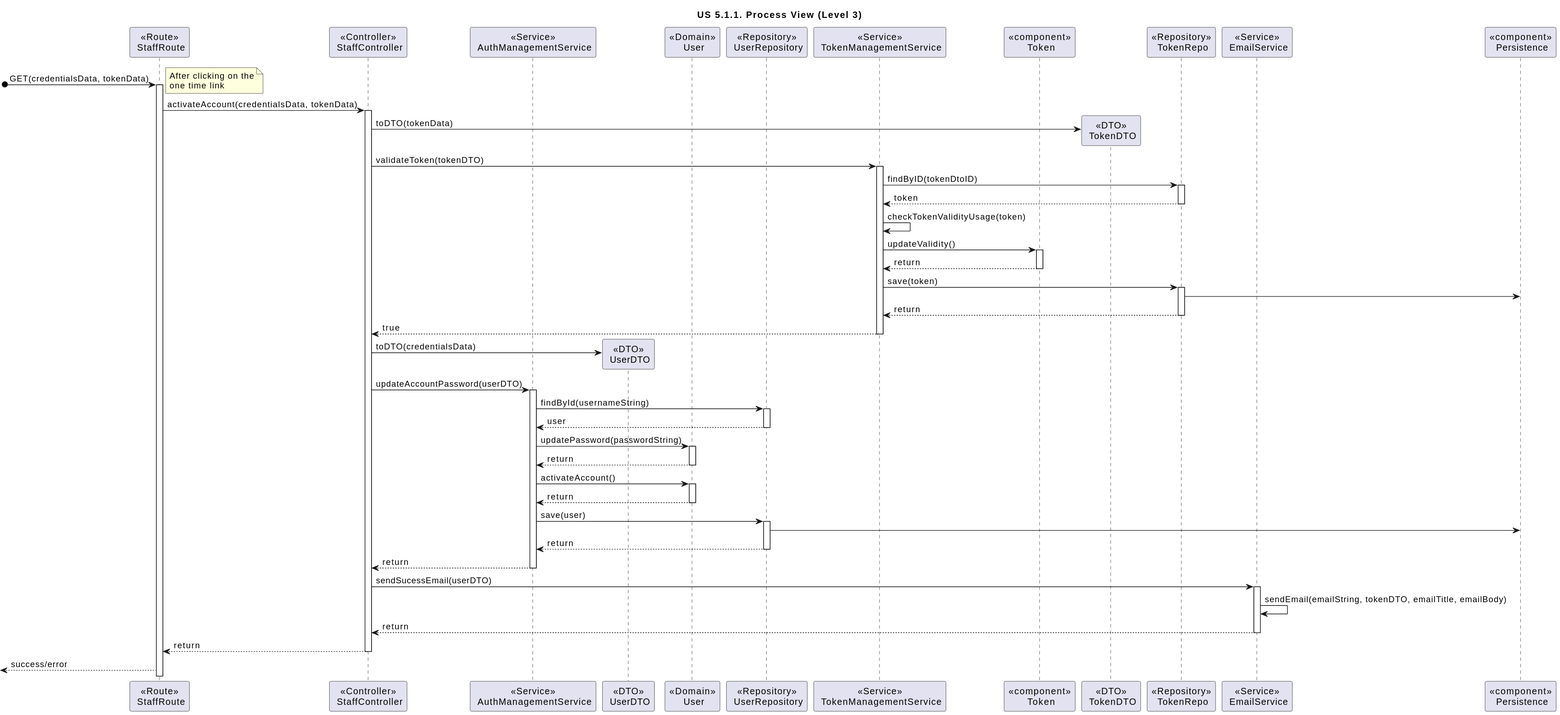
This is docs/sprint-1/1220738/us-5.1.1/Diagrams/Views/process-view-level-3-STAFF.svg from rita-barbosa/LAPR5-2425, a PlantUML export, as it was before one commit. The source it was exported from:
```plantuml
@startuml
title "US 5.1.1. Process View (Level 3)"

participant "<<Route>>\n StaffRoute" as ROUTE
participant "<<Controller>>\n StaffController" as CONTROL

participant "<<Service>>\n AuthManagementService" as AUTHServ


participant "<<DTO>>\n UserDTO" as UserDTO
participant "<<Domain>>\n User" as USER
participant "<<Repository>>\n UserRepository" as AUTHRepo

participant "<<Service>>\n TokenManagementService" as TOKENServ
participant "<<component>>\n Token" as TOKEN
participant "<<DTO>>\n TokenDTO" as TOKENDTO
participant "<<Repository>>\n TokenRepo" as TOKENRepo
participant "<<Service>>\n EmailService" as EMAILServ

participant "<<component>>\n Persistence" as PERSISTENCE

[o-> ROUTE : GET(credentialsData, tokenData)
note left
After clicking on the
one time link
end note
activate ROUTE

ROUTE -> CONTROL : activateAccount(credentialsData, tokenData)
activate CONTROL

CONTROL -> TOKENDTO ** : toDTO(tokenData)

CONTROL -> TOKENServ : validateToken(tokenDTO)
activate TOKENServ

TOKENServ -> TOKENRepo : findByID(tokenDtoID)
activate TOKENRepo

TOKENRepo --> TOKENServ : token
deactivate TOKENRepo

TOKENServ -> TOKENServ : checkTokenValidityUsage(token)
TOKENServ -> TOKEN : updateValidity()
Activate TOKEN
TOKEN --> TOKENServ : return
Deactivate TOKEN

TOKENServ -> TOKENRepo : save(token)
Activate TOKENRepo
TOKENRepo -> PERSISTENCE
TOKENRepo --> TOKENServ : return
Deactivate TOKENRepo

TOKENServ --> CONTROL : true
deactivate TOKENServ

CONTROL -> UserDTO ** : toDTO(credentialsData)

CONTROL -> AUTHServ : updateAccountPassword(userDTO)
activate AUTHServ

AUTHServ -> AUTHRepo : findById(usernameString)
activate AUTHRepo
AUTHRepo --> AUTHServ : user
deactivate AUTHRepo

AUTHServ -> USER : updatePassword(passwordString)
activate USER
USER --> AUTHServ : return
deactivate USER

AUTHServ -> USER : activateAccount()
activate USER
USER --> AUTHServ : return
deactivate USER

AUTHServ -> AUTHRepo : save(user)
Activate AUTHRepo
AUTHRepo -> PERSISTENCE
AUTHRepo --> AUTHServ : return
Deactivate AUTHRepo

AUTHServ --> CONTROL : return
deactivate AUTHServ

CONTROL -> EMAILServ : sendSucessEmail(userDTO)
activate EMAILServ

EMAILServ -> EMAILServ : sendEmail(emailString, tokenDTO, emailTitle, emailBody)
EMAILServ --> CONTROL : return
deactivate EMAILServ

CONTROL --> ROUTE : return
deactivate CONTROL

<-- ROUTE : success/error
@enduml
```
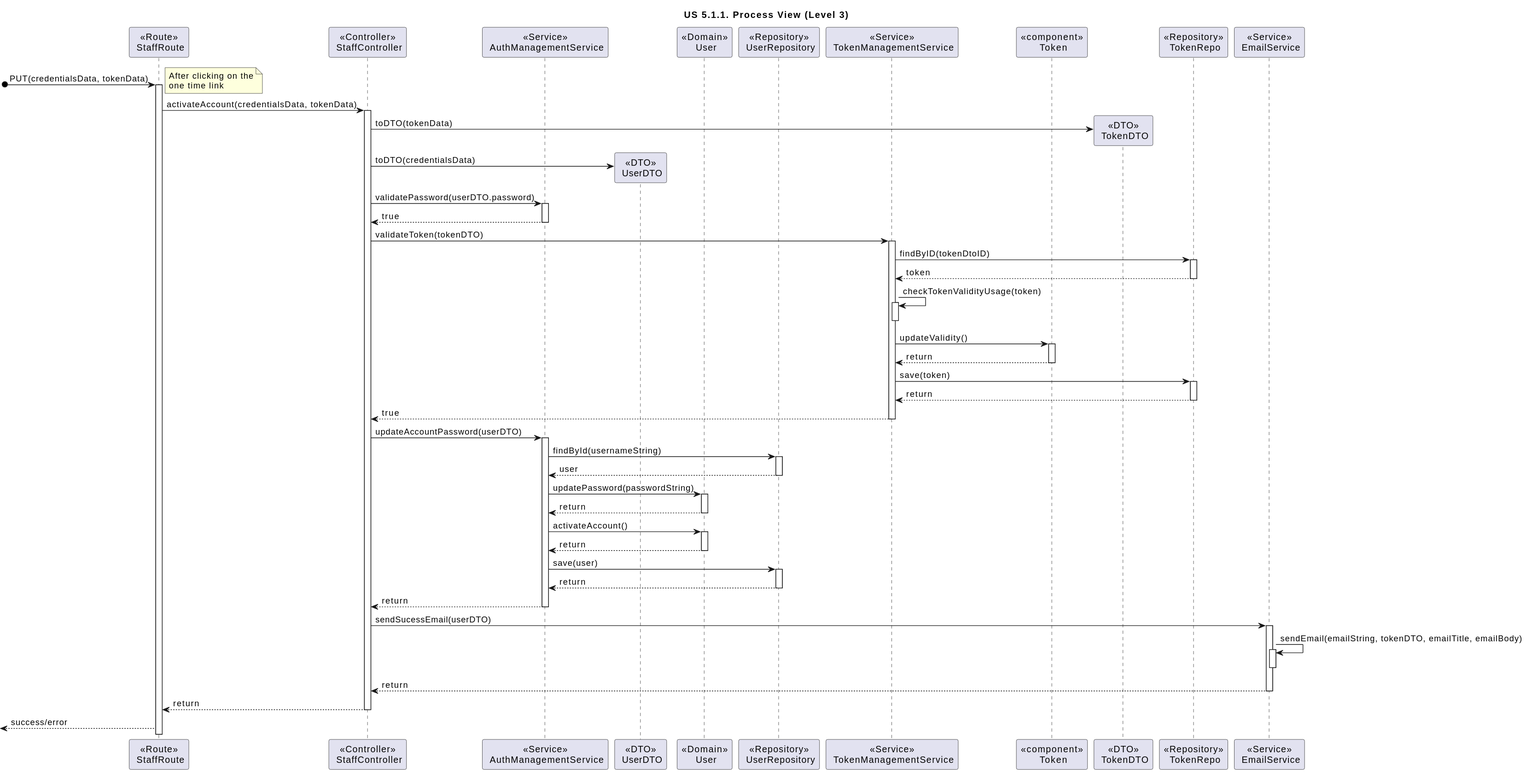
After the commit.

Commit message:
DG38-184 | docs: Updated documentation and process view.

The edit, as a diff of the source:
```diff
@@ -17,9 +17,8 @@
 participant "<<Repository>>\n TokenRepo" as TOKENRepo
 participant "<<Service>>\n EmailService" as EMAILServ
 
-participant "<<component>>\n Persistence" as PERSISTENCE
 
-[o-> ROUTE : GET(credentialsData, tokenData)
+[o-> ROUTE : PUT(credentialsData, tokenData)
 note left
 After clicking on the
 one time link
@@ -31,6 +30,13 @@
 
 CONTROL -> TOKENDTO ** : toDTO(tokenData)
 
+CONTROL -> UserDTO ** : toDTO(credentialsData)
+
+CONTROL -> AUTHServ : validatePassword(userDTO.password)
+activate AUTHServ
+AUTHServ --> CONTROL : true
+deactivate AUTHServ
+
 CONTROL -> TOKENServ : validateToken(tokenDTO)
 activate TOKENServ
 
@@ -41,6 +47,8 @@
 deactivate TOKENRepo
 
 TOKENServ -> TOKENServ : checkTokenValidityUsage(token)
+activate TOKENServ
+deactivate TOKENServ
 TOKENServ -> TOKEN : updateValidity()
 Activate TOKEN
 TOKEN --> TOKENServ : return
@@ -48,14 +56,11 @@
 
 TOKENServ -> TOKENRepo : save(token)
 Activate TOKENRepo
-TOKENRepo -> PERSISTENCE
 TOKENRepo --> TOKENServ : return
 Deactivate TOKENRepo
 
 TOKENServ --> CONTROL : true
 deactivate TOKENServ
-
-CONTROL -> UserDTO ** : toDTO(credentialsData)
 
 CONTROL -> AUTHServ : updateAccountPassword(userDTO)
 activate AUTHServ
@@ -77,7 +82,6 @@
 
 AUTHServ -> AUTHRepo : save(user)
 Activate AUTHRepo
-AUTHRepo -> PERSISTENCE
 AUTHRepo --> AUTHServ : return
 Deactivate AUTHRepo
 
@@ -88,6 +92,8 @@
 activate EMAILServ
 
 EMAILServ -> EMAILServ : sendEmail(emailString, tokenDTO, emailTitle, emailBody)
+activate EMAILServ
+deactivate EMAILServ
 EMAILServ --> CONTROL : return
 deactivate EMAILServ
 
```
